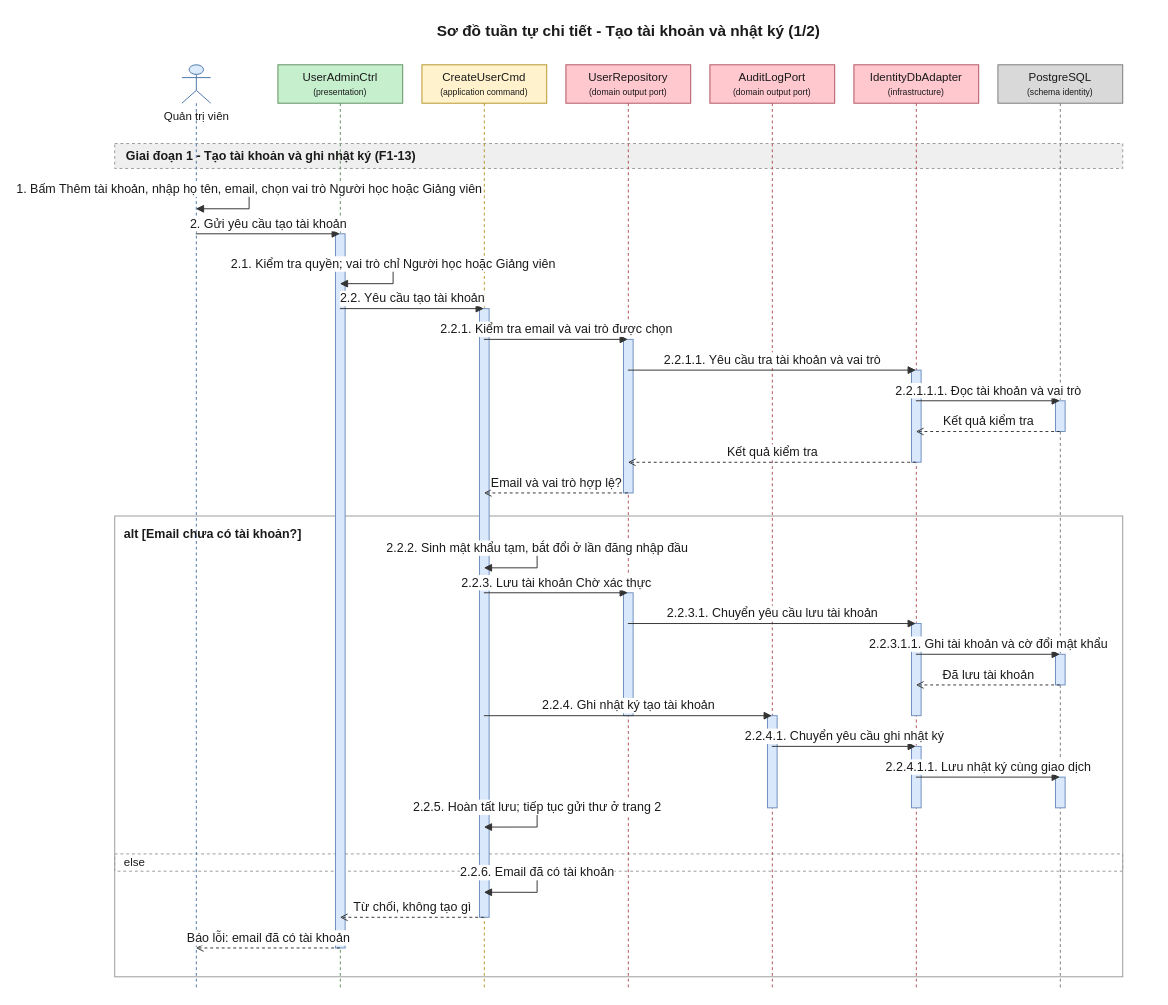
daiphu1801/PRJ_ALGOPREP keeps this draw.io diagram as 08-diagram/sequence/admin/sequence_admin_them_tai_khoan.drawio. Above is the earlier version. Source tidied: cells renumbered, new cells numbered last; positions are measured from the earlier drawing's top-left corner, leaving out a move shared by most shapes. Both pictures are drawn from the tidied source at 96%, with x=0, y=0 at pixel (114, 16).
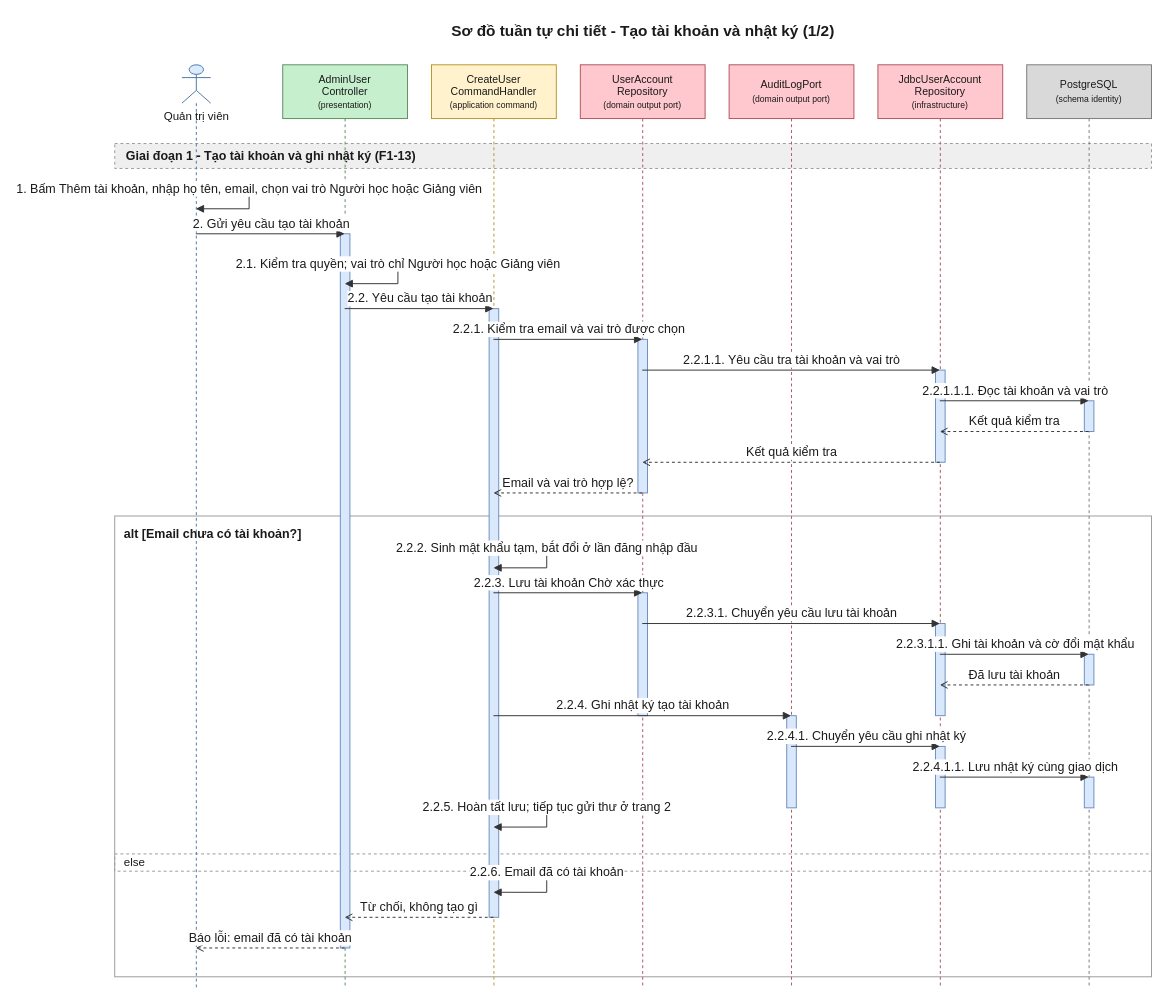
After the change.

Diff of the diagram source:
```diff
@@
     <mxCell id="2" value="Sơ đồ tuần tự chi tiết - Tạo tài khoản và nhật ký (1/2)" style="text;html=1;fontSize=16;fontStyle=1;align=center;verticalAlign=middle;fontColor=#1A1A1A;" parent="1" vertex="1">
-      <mxGeometry x="20" width="1030" height="30" as="geometry" />
+      <mxGeometry x="20" width="1060" height="30" as="geometry" />
     </mxCell>
     <mxCell id="3" value="alt [Email chưa có tài khoản?]" style="algoprep=alt;rounded=0;whiteSpace=wrap;html=1;fillColor=none;strokeColor=#999999;verticalAlign=top;align=left;spacingLeft=8;spacingTop=4;fontColor=#1A1A1A;fontSize=13;fontStyle=1;dashed=0;" parent="1" vertex="1">
-      <mxGeometry y="520" width="1050" height="480" as="geometry" />
+      <mxGeometry y="520" width="1080" height="480" as="geometry" />
     </mxCell>
     <mxCell id="4" value="else" style="text;html=1;dashed=1;strokeColor=#999999;fillColor=none;align=left;verticalAlign=middle;spacingLeft=8;fontColor=#1A1A1A;fontSize=12;" parent="1" vertex="1">
-      <mxGeometry y="872" width="1050" height="18" as="geometry" />
+      <mxGeometry y="872" width="1080" height="18" as="geometry" />
     </mxCell>
     <mxCell id="5" value="Giai đoạn 1 - Tạo tài khoản và ghi nhật ký (F1-13)" style="algoprep=phase;rounded=0;whiteSpace=wrap;html=1;fillColor=#EFEFEF;strokeColor=#999999;dashed=1;align=left;verticalAlign=middle;spacingLeft=10;fontColor=#1A1A1A;fontSize=13;fontStyle=1;" parent="1" vertex="1">
-      <mxGeometry y="132" width="1050" height="26" as="geometry" />
+      <mxGeometry y="132" width="1080" height="26" as="geometry" />
     </mxCell>
@@
-    <mxCell id="7" value="UserAdminCtrl&lt;br&gt;&lt;font style=&quot;font-size:9px&quot;&gt;(presentation)&lt;/font&gt;" style="shape=umlLifeline;perimeter=lifelinePerimeter;whiteSpace=wrap;html=1;outlineConnect=0;size=40;fillColor=#C6EFCE;strokeColor=#5E8E5E;fontColor=#1A1A1A;" parent="1" vertex="1">
-      <mxGeometry x="170" y="50" width="130" height="962" as="geometry" />
+    <mxCell id="7" value="AdminUser&lt;br&gt;Controller&lt;br&gt;&lt;font style=&quot;font-size:9px&quot;&gt;(presentation)&lt;/font&gt;" style="shape=umlLifeline;perimeter=lifelinePerimeter;whiteSpace=wrap;html=1;outlineConnect=0;size=56;fontSize=11;fillColor=#C6EFCE;strokeColor=#5E8E5E;fontColor=#1A1A1A;" parent="1" vertex="1">
+      <mxGeometry x="175" y="50" width="130" height="962" as="geometry" />
     </mxCell>
-    <mxCell id="8" value="CreateUserCmd&lt;br&gt;&lt;font style=&quot;font-size:9px&quot;&gt;(application command)&lt;/font&gt;" style="shape=umlLifeline;perimeter=lifelinePerimeter;whiteSpace=wrap;html=1;outlineConnect=0;size=40;fillColor=#FFF2CC;strokeColor=#B8952A;fontColor=#1A1A1A;" parent="1" vertex="1">
-      <mxGeometry x="320" y="50" width="130" height="962" as="geometry" />
+    <mxCell id="8" value="CreateUser&lt;br&gt;CommandHandler&lt;br&gt;&lt;font style=&quot;font-size:9px&quot;&gt;(application command)&lt;/font&gt;" style="shape=umlLifeline;perimeter=lifelinePerimeter;whiteSpace=wrap;html=1;outlineConnect=0;size=56;fontSize=11;fillColor=#FFF2CC;strokeColor=#B8952A;fontColor=#1A1A1A;" parent="1" vertex="1">
+      <mxGeometry x="330" y="50" width="130" height="962" as="geometry" />
     </mxCell>
-    <mxCell id="9" value="UserRepository&lt;br&gt;&lt;font style=&quot;font-size:9px&quot;&gt;(domain output port)&lt;/font&gt;" style="shape=umlLifeline;perimeter=lifelinePerimeter;whiteSpace=wrap;html=1;outlineConnect=0;size=40;fillColor=#FFC7CE;strokeColor=#B0525E;fontColor=#1A1A1A;" parent="1" vertex="1">
-      <mxGeometry x="470" y="50" width="130" height="962" as="geometry" />
+    <mxCell id="9" value="UserAccount&lt;br&gt;Repository&lt;br&gt;&lt;font style=&quot;font-size:9px&quot;&gt;(domain output port)&lt;/font&gt;" style="shape=umlLifeline;perimeter=lifelinePerimeter;whiteSpace=wrap;html=1;outlineConnect=0;size=56;fontSize=11;fillColor=#FFC7CE;strokeColor=#B0525E;fontColor=#1A1A1A;" parent="1" vertex="1">
+      <mxGeometry x="485" y="50" width="130" height="962" as="geometry" />
     </mxCell>
-    <mxCell id="10" value="AuditLogPort&lt;br&gt;&lt;font style=&quot;font-size:9px&quot;&gt;(domain output port)&lt;/font&gt;" style="shape=umlLifeline;perimeter=lifelinePerimeter;whiteSpace=wrap;html=1;outlineConnect=0;size=40;fillColor=#FFC7CE;strokeColor=#B0525E;fontColor=#1A1A1A;" parent="1" vertex="1">
-      <mxGeometry x="620" y="50" width="130" height="962" as="geometry" />
+    <mxCell id="10" value="AuditLogPort&lt;br&gt;&lt;font style=&quot;font-size:9px&quot;&gt;(domain output port)&lt;/font&gt;" style="shape=umlLifeline;perimeter=lifelinePerimeter;whiteSpace=wrap;html=1;outlineConnect=0;size=56;fontSize=11;fillColor=#FFC7CE;strokeColor=#B0525E;fontColor=#1A1A1A;" parent="1" vertex="1">
+      <mxGeometry x="640" y="50" width="130" height="962" as="geometry" />
     </mxCell>
-    <mxCell id="11" value="IdentityDbAdapter&lt;br&gt;&lt;font style=&quot;font-size:9px&quot;&gt;(infrastructure)&lt;/font&gt;" style="shape=umlLifeline;perimeter=lifelinePerimeter;whiteSpace=wrap;html=1;outlineConnect=0;size=40;fillColor=#FFC7CE;strokeColor=#B0525E;fontColor=#1A1A1A;" parent="1" vertex="1">
-      <mxGeometry x="770" y="50" width="130" height="962" as="geometry" />
+    <mxCell id="11" value="JdbcUserAccount&lt;br&gt;Repository&lt;br&gt;&lt;font style=&quot;font-size:9px&quot;&gt;(infrastructure)&lt;/font&gt;" style="shape=umlLifeline;perimeter=lifelinePerimeter;whiteSpace=wrap;html=1;outlineConnect=0;size=56;fontSize=11;fillColor=#FFC7CE;strokeColor=#B0525E;fontColor=#1A1A1A;" parent="1" vertex="1">
+      <mxGeometry x="795" y="50" width="130" height="962" as="geometry" />
     </mxCell>
-    <mxCell id="12" value="PostgreSQL&lt;br&gt;&lt;font style=&quot;font-size:9px&quot;&gt;(schema identity)&lt;/font&gt;" style="shape=umlLifeline;perimeter=lifelinePerimeter;whiteSpace=wrap;html=1;outlineConnect=0;size=40;fillColor=#D9D9D9;strokeColor=#7A7A7A;fontColor=#1A1A1A;" parent="1" vertex="1">
-      <mxGeometry x="920" y="50" width="130" height="962" as="geometry" />
+    <mxCell id="12" value="PostgreSQL&lt;br&gt;&lt;font style=&quot;font-size:9px&quot;&gt;(schema identity)&lt;/font&gt;" style="shape=umlLifeline;perimeter=lifelinePerimeter;whiteSpace=wrap;html=1;outlineConnect=0;size=56;fontSize=11;fillColor=#D9D9D9;strokeColor=#7A7A7A;fontColor=#1A1A1A;" parent="1" vertex="1">
+      <mxGeometry x="950" y="50" width="130" height="962" as="geometry" />
     </mxCell>
@@
     <mxCell id="26" value="2.1. Kiểm tra quyền; vai trò chỉ Người học hoặc Giảng viên" style="edgeStyle=orthogonalEdgeStyle;rounded=0;html=1;endArrow=block;endFill=1;strokeColor=#333333;fontColor=#1A1A1A;fontSize=13;verticalAlign=bottom;exitX=0.5;exitY=0.2162;exitDx=0;exitDy=0;entryX=0.5;entryY=0.2370;entryDx=0;entryDy=0;" parent="1" edge="1" source="7" target="7">
       <mxGeometry relative="1" as="geometry">
         <Array as="points">
-          <mxPoint x="290" y="258" />
-          <mxPoint x="290" y="278" />
+          <mxPoint x="295" y="258" />
+          <mxPoint x="295" y="278" />
         </Array>
       </mxGeometry>
     </mxCell>
@@
     <mxCell id="34" value="2.2.2. Sinh mật khẩu tạm, bắt đổi ở lần đăng nhập đầu" style="edgeStyle=orthogonalEdgeStyle;rounded=0;html=1;endArrow=block;endFill=1;strokeColor=#333333;fontColor=#1A1A1A;fontSize=13;verticalAlign=bottom;exitX=0.5;exitY=0.5239;exitDx=0;exitDy=0;entryX=0.5;entryY=0.5447;entryDx=0;entryDy=0;" parent="1" edge="1" source="8" target="8">
       <mxGeometry relative="1" as="geometry">
         <Array as="points">
-          <mxPoint x="440" y="554" />
-          <mxPoint x="440" y="574" />
+          <mxPoint x="450" y="554" />
+          <mxPoint x="450" y="574" />
         </Array>
       </mxGeometry>
     </mxCell>
@@
     <mxCell id="42" value="2.2.5. Hoàn tất lưu; tiếp tục gửi thư ở trang 2" style="edgeStyle=orthogonalEdgeStyle;rounded=0;html=1;endArrow=block;endFill=1;strokeColor=#333333;fontColor=#1A1A1A;fontSize=13;verticalAlign=bottom;exitX=0.5;exitY=0.8046;exitDx=0;exitDy=0;entryX=0.5;entryY=0.8254;entryDx=0;entryDy=0;" parent="1" edge="1" source="8" target="8">
       <mxGeometry relative="1" as="geometry">
         <Array as="points">
-          <mxPoint x="440" y="824" />
-          <mxPoint x="440" y="844" />
+          <mxPoint x="450" y="824" />
+          <mxPoint x="450" y="844" />
         </Array>
       </mxGeometry>
     </mxCell>
     <mxCell id="43" value="2.2.6. Email đã có tài khoản" style="edgeStyle=orthogonalEdgeStyle;rounded=0;html=1;endArrow=block;endFill=1;strokeColor=#333333;fontColor=#1A1A1A;fontSize=13;verticalAlign=bottom;exitX=0.5;exitY=0.8753;exitDx=0;exitDy=0;entryX=0.5;entryY=0.8960;entryDx=0;entryDy=0;" parent="1" edge="1" source="8" target="8">
       <mxGeometry relative="1" as="geometry">
         <Array as="points">
-          <mxPoint x="440" y="892" />
-          <mxPoint x="440" y="912" />
+          <mxPoint x="450" y="892" />
+          <mxPoint x="450" y="912" />
         </Array>
       </mxGeometry>
     </mxCell>
```
